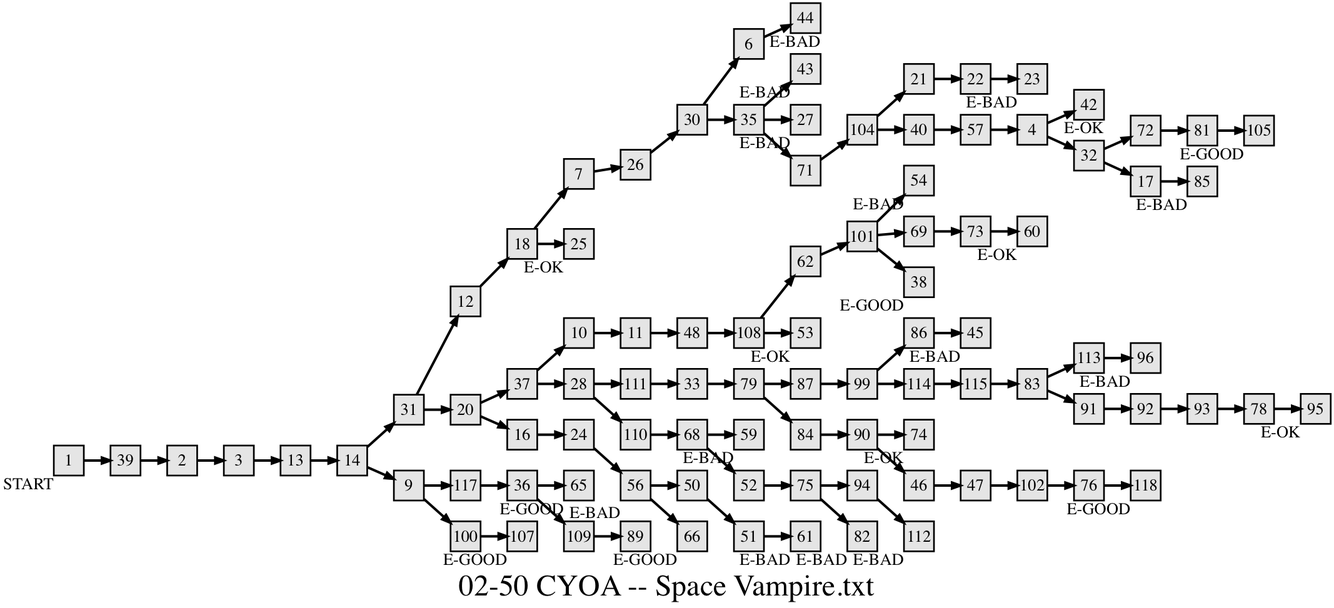
Earlier version of the Graphviz export assets/gamebooks/image/02-50 CYOA -- Space Vampire.txt.gv.png (jeremydouglass/transverse-gallery). Its source is kept beside it as assets/gamebooks/graphviz/02-50 CYOA -- Space Vampire.txt.gv. Its diagram source:
```dot
digraph g{
  graph [ label="02-50 CYOA -- Space Vampire.txt" rankdir=LR, ordering=out, fontsize=36, nodesep="0.35", ranksep="0.45"];
  node  [shape=rect, penwidth=2, fontsize=20, style=filled, fillcolor=grey90, margin="0,0", labelfloat=true, regular=true, fixedsize=true];
  edge  [labelfloat=true, penwidth=3, fontsize=12];





  1	[ xlabel="START" ];	// Start
  1 -> 39;
  2 -> 3;
  3 -> 13;
  4 -> 42;	// jump in escape capsule
  4 -> 32;	// attempt to outwit space vampire
  6 -> 44;
  7 -> 26;
  9 -> 117;	// take nap
  9 -> 100;	// stay awake and vigilant
  10 -> 11;
  11 -> 48;
  12 -> 18;
  13 -> 14;
  14 -> 31;	// accept space vampire mission
  14 -> 9;	// accept mission to Barnard's star instead
  16 -> 24;
  17 -> 85;
  18 -> 7;	// start private mission to catch SV
  18 -> 25;	// play it safe, follow rules
  20 -> 37;	// suggest boarding Petra in space
  20 -> 16;	// wait til it's on Earth
  21 -> 22;
  22 -> 23;
  23	[ xlabel="E-BAD" ];	// stranded in space
  24 -> 56;
  25	[ xlabel="E-OK" ];	// stationed on Pluto
  26 -> 30;
  27	[ xlabel="E-BAD" ];	// arrested by Space Force
  28 -> 111;	// explore newly discovered planet
  28 -> 110;	// fly Nimbus, stay in familiar solar system
  30 -> 6;	// immediately intercept Petra
  30 -> 35;	// recruit Steve first
  31 -> 12;	// fight
  31 -> 20;	// run
  32 -> 72;	// try to convince SV to not make you a vampire
  32 -> 17;	// fire a jet at SV
  33 -> 79;
  35 -> 43;	// surrender
  35 -> 27;	// try to escape
  35 -> 71;	// think of something else to do
  36 -> 65;	// pretend to comply, but head to sun
  36 -> 109;	// comply and head toward Akbar
  37 -> 10;	// volunteer to pose as SV's victim
  37 -> 28;	// don't volunteer
  38	[ xlabel="E-GOOD" ];	// successfully kill SV
  39 -> 2;
  40 -> 57;
  42	[ xlabel="E-OK" ];	// kill SV but you also die
  43	[ xlabel="E-BAD" ];	// Imprisoned on Uranus
  44	[ xlabel="E-BAD" ];	// killed by SV; horror
  45	[ xlabel="E-BAD" ];	// killed by many vampires; horror
  46 -> 47;
  47 -> 102;
  48 -> 108;
  50 -> 51;
  51 -> 61;
  52 -> 75;
  53	[ xlabel="E-OK" ];	// Kill SV but you're sad about it
  54	[ xlabel="E-BAD" ];	// SV kills you and the others; horror
  56 -> 50;	// recommend continuing search
  56 -> 66;	// recommend waiting until morning
  57 -> 4;
  59	[ xlabel="E-BAD" ];	// SV comes for your blood; SF
  60	[ xlabel="E-OK" ];	// Kill SV, but heading for the Sun
  61	[ xlabel="E-BAD" ];	// SV loose on Earth
  62 -> 101;
  65	[ xlabel="E-GOOD" ];	// Kill SV, head home
  66	[ xlabel="E-GOOD" ];	// Kill SV
  68 -> 59;	// lure SV closer
  68 -> 52;	// bluff SV; order surrender
  69 -> 73;
  71 -> 104;
  72 -> 81;
  73 -> 60;
  74	[ xlabel="E-OK" ];	// You escape but the fate of the vampires is unclear
  75 -> 94;	// Accelerate before detaching
  75 -> 82;	// try to detach first
  76 -> 118;
  78 -> 95;
  79 -> 87;	// volunteer to go to vampire planet
  79 -> 84;	// request to stay on ship
  81 -> 105;
  82	[ xlabel="E-BAD" ];	// You suffocate
  83 -> 113;	// "try to take the ship"
  83 -> 91;	// threaten vampires with destruction
  84 -> 90;
  85	[ xlabel="E-BAD" ];	// SV makes you a vampire
  86 -> 45;
  87 -> 99;
  89	[ xlabel="E-BAD" ];	// Caught by SV
  90 -> 74;	// follow orders; return to earth
  90 -> 46;	// attempt unauthorized rescue mission
  91 -> 92;
  92 -> 93;
  93 -> 78;
  94 -> 112;
  95	[ xlabel="E-OK" ];	// vampires go away
  96	[ xlabel="E-BAD" ];
  99 -> 86;	// try to capture vampire
  99 -> 114;	// try to sneak aboard rocketship
  100 -> 107;
  101 -> 54;	// lean closer to hear SV
  101 -> 69;	// go to tell captain what SV said
  101 -> 38;	// continue to stand guard
  102 -> 76;
  104 -> 21;	// head for asteroid M-33
  104 -> 40;	// head for the Petya
  105	[ xlabel="E-GOOD" ];	// rescued from imminent death
  107	[ xlabel="E-GOOD" ];	// kill SV and wait for rescue
  108 -> 62;	// talk to vampire
  108 -> 53;	// avoid talking to him
  109 -> 89;
  110 -> 68;
  111 -> 33;
  112	[ xlabel="E-BAD" ];	// Die and SV gets away
  113 -> 96;
  114 -> 115;
  115 -> 83;
  117 -> 36;
  118	[ xlabel="E-GOOD" ];	// Vampires flee; head home
}
```
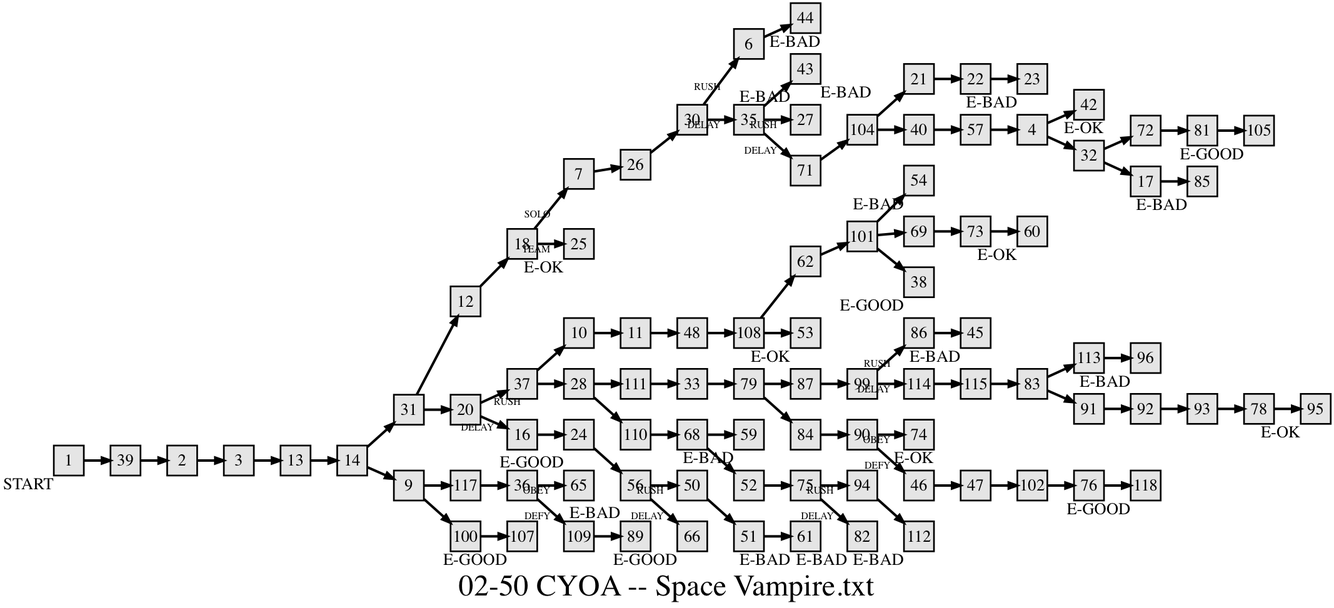
After the change.

The edit, as a diff of the source:
```diff
@@ -25,10 +25,10 @@
   14 -> 9;	// accept mission to Barnard's star instead
   16 -> 24;
   17 -> 85;
-  18 -> 7;	// start private mission to catch SV
-  18 -> 25;	// play it safe, follow rules
-  20 -> 37;	// suggest boarding Petra in space
-  20 -> 16;	// wait til it's on Earth
+  18 -> 7	[ xlabel="SOLO" ];	// start private mission to catch SV
+  18 -> 25	[ xlabel="TEAM" ];	// play it safe, follow rules
+  20 -> 37	[ xlabel="RUSH" ];	// suggest boarding Petra in space
+  20 -> 16	[ xlabel="DELAY" ];	// wait til it's on Earth
   21 -> 22;
   22 -> 23;
   23	[ xlabel="E-BAD" ];	// stranded in space
@@ -38,18 +38,18 @@
   27	[ xlabel="E-BAD" ];	// arrested by Space Force
   28 -> 111;	// explore newly discovered planet
   28 -> 110;	// fly Nimbus, stay in familiar solar system
-  30 -> 6;	// immediately intercept Petra
-  30 -> 35;	// recruit Steve first
+  30 -> 6	[ xlabel="RUSH" ];	// immediately intercept Petra
+  30 -> 35	[ xlabel="DELAY" ];	// recruit Steve first
   31 -> 12;	// fight
   31 -> 20;	// run
   32 -> 72;	// try to convince SV to not make you a vampire
   32 -> 17;	// fire a jet at SV
   33 -> 79;
   35 -> 43;	// surrender
-  35 -> 27;	// try to escape
-  35 -> 71;	// think of something else to do
-  36 -> 65;	// pretend to comply, but head to sun
-  36 -> 109;	// comply and head toward Akbar
+  35 -> 27	[ xlabel="RUSH" ];	// try to escape
+  35 -> 71	[ xlabel="DELAY" ];	// think of something else to do
+  36 -> 65	[ xlabel="OBEY" ];	// pretend to comply, but head to sun
+  36 -> 109	[ xlabel="DEFY" ];	// comply and head toward Akbar
   37 -> 10;	// volunteer to pose as SV's victim
   37 -> 28;	// don't volunteer
   38	[ xlabel="E-GOOD" ];	// successfully kill SV
@@ -67,8 +67,8 @@
   52 -> 75;
   53	[ xlabel="E-OK" ];	// Kill SV but you're sad about it
   54	[ xlabel="E-BAD" ];	// SV kills you and the others; horror
-  56 -> 50;	// recommend continuing search
-  56 -> 66;	// recommend waiting until morning
+  56 -> 50	[ xlabel="RUSH" ];	// recommend continuing search
+  56 -> 66	[ xlabel="DELAY" ];	// recommend waiting until morning
   57 -> 4;
   59	[ xlabel="E-BAD" ];	// SV comes for your blood; SF
   60	[ xlabel="E-OK" ];	// Kill SV, but heading for the Sun
@@ -83,8 +83,8 @@
   72 -> 81;
   73 -> 60;
   74	[ xlabel="E-OK" ];	// You escape but the fate of the vampires is unclear
-  75 -> 94;	// Accelerate before detaching
-  75 -> 82;	// try to detach first
+  75 -> 94	[ xlabel="RUSH" ];	// Accelerate before detaching
+  75 -> 82	[ xlabel="DELAY" ];	// try to detach first
   76 -> 118;
   78 -> 95;
   79 -> 87;	// volunteer to go to vampire planet
@@ -98,16 +98,16 @@
   86 -> 45;
   87 -> 99;
   89	[ xlabel="E-BAD" ];	// Caught by SV
-  90 -> 74;	// follow orders; return to earth
-  90 -> 46;	// attempt unauthorized rescue mission
+  90 -> 74	[ xlabel="OBEY" ];	// follow orders; return to earth
+  90 -> 46	[ xlabel="DEFY" ];	// attempt unauthorized rescue mission
   91 -> 92;
   92 -> 93;
   93 -> 78;
   94 -> 112;
   95	[ xlabel="E-OK" ];	// vampires go away
   96	[ xlabel="E-BAD" ];
-  99 -> 86;	// try to capture vampire
-  99 -> 114;	// try to sneak aboard rocketship
+  99 -> 86	[ xlabel="RUSH" ];	// try to capture vampire
+  99 -> 114	[ xlabel="DELAY" ];	// try to sneak aboard rocketship
   100 -> 107;
   101 -> 54;	// lean closer to hear SV
   101 -> 69;	// go to tell captain what SV said
```
